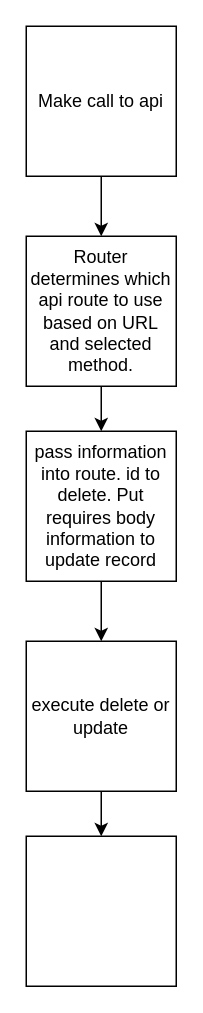
Above: Halvorson_week_12_diagram.drawio in Calebmh1/Halvorson_week_12 (draw.io), before the change. Source tidied: cells renumbered, new cells numbered last; positions are measured from the earlier drawing's top-left corner, leaving out a move shared by most shapes. Both pictures are drawn from the tidied source at 150%, with x=0, y=0 at pixel (26, 26).
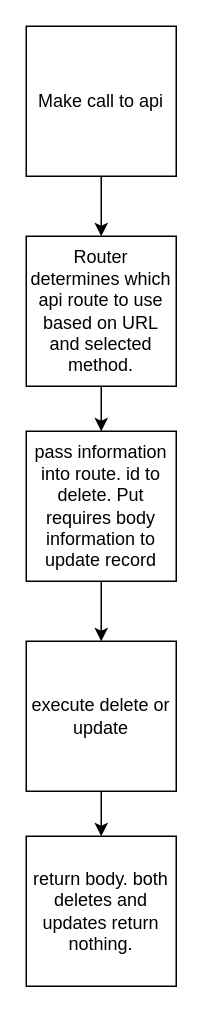
After the change.

The edit, as a diff of the source:
```diff
@@
 <mxGraphModel>
   <root>
     <mxCell id="0" />
     <mxCell id="1" parent="0" />
     <mxCell id="2" style="edgeStyle=orthogonalEdgeStyle;rounded=0;jettySize=auto;html=1;exitX=0.5;exitY=1;exitDx=0;exitDy=0;entryX=0.5;entryY=0;entryDx=0;entryDy=0;" parent="1" edge="1" source="3" target="10">
       <mxGeometry relative="1" as="geometry" />
     </mxCell>
     <mxCell id="3" value="Make call to api" style="whiteSpace=wrap;html=1;" parent="1" vertex="1">
       <mxGeometry width="100" height="100" as="geometry" />
     </mxCell>
-    <mxCell id="4" style="whiteSpace=wrap;html=1;" parent="1" vertex="1">
+    <mxCell id="4" value="return body. both deletes and updates return nothing." style="whiteSpace=wrap;html=1;" parent="1" vertex="1">
       <mxGeometry y="540" width="100" height="100" as="geometry" />
     </mxCell>
     <mxCell id="5" style="edgeStyle=orthogonalEdgeStyle;rounded=0;jettySize=auto;html=1;exitX=0.5;exitY=1;exitDx=0;exitDy=0;entryX=0.5;entryY=0;entryDx=0;entryDy=0;" parent="1" edge="1" source="6" target="4">
       <mxGeometry relative="1" as="geometry" />
     </mxCell>
     <mxCell id="6" value="execute delete or update" style="whiteSpace=wrap;html=1;" parent="1" vertex="1">
       <mxGeometry y="410" width="100" height="100" as="geometry" />
     </mxCell>
     <mxCell id="7" style="edgeStyle=orthogonalEdgeStyle;rounded=0;jettySize=auto;html=1;exitX=0.5;exitY=1;exitDx=0;exitDy=0;" parent="1" edge="1" source="8" target="6">
       <mxGeometry relative="1" as="geometry" />
     </mxCell>
     <mxCell id="8" value="pass information into route. id to delete. Put requires body information to update record" style="whiteSpace=wrap;html=1;" parent="1" vertex="1">
       <mxGeometry y="270" width="100" height="100" as="geometry" />
     </mxCell>
     <mxCell id="9" style="edgeStyle=orthogonalEdgeStyle;rounded=0;jettySize=auto;html=1;exitX=0.5;exitY=1;exitDx=0;exitDy=0;" parent="1" edge="1" source="10" target="8">
       <mxGeometry relative="1" as="geometry" />
     </mxCell>
     <mxCell id="10" value="Router determines which api route to use based on URL and selected method." style="whiteSpace=wrap;html=1;" parent="1" vertex="1">
       <mxGeometry y="140" width="100" height="100" as="geometry" />
     </mxCell>
   </root>
 </mxGraphModel>
```
